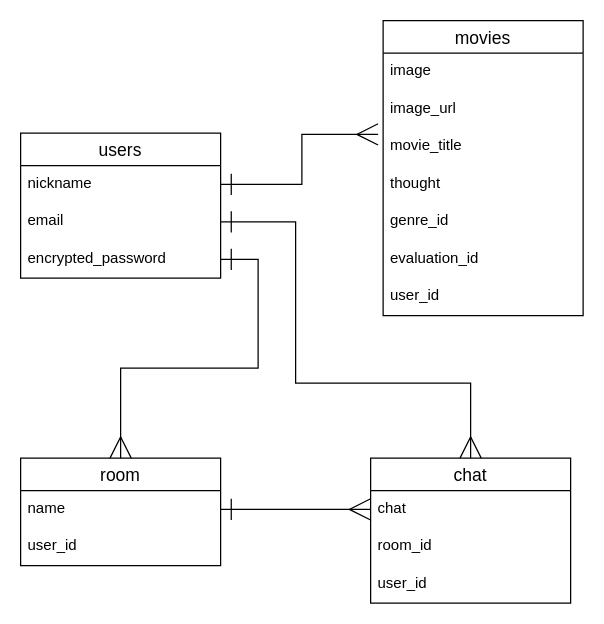
Before: er.dio in Kinocas/movie-app, a draw.io diagram. Source tidied: cells renumbered, new cells numbered last; positions are measured from the earlier drawing's top-left corner, leaving out a move shared by most shapes. Both pictures are drawn from the tidied source at 125%, with x=0, y=0 at pixel (20, 20).
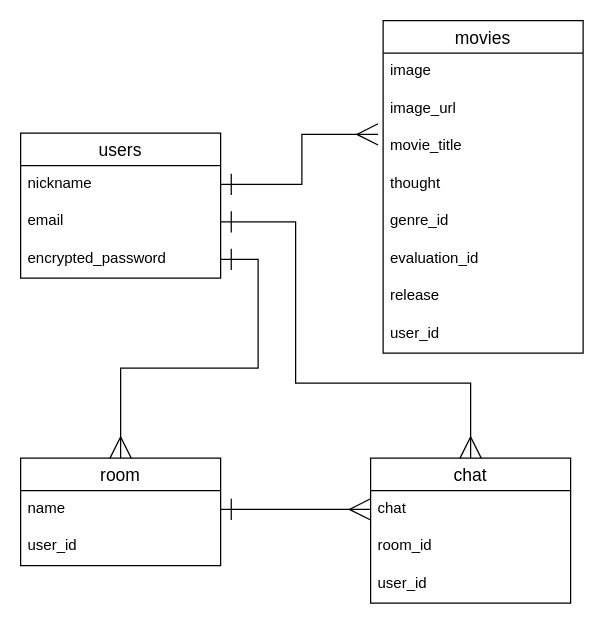
The same diagram, later.

The edit, as a diff of the source:
```diff
@@
     <mxCell id="6" value="movies" style="swimlane;fontStyle=0;horizontal=1;startSize=26;align=center;fontSize=14;" parent="1" vertex="1">
-      <mxGeometry x="290" width="160" height="236" as="geometry" />
+      <mxGeometry x="290" width="160" height="266" as="geometry" />
     </mxCell>
@@
+    <mxCell id="25" value="release" style="text;strokeColor=none;fillColor=none;spacingLeft=4;spacingRight=4;overflow=hidden;fontSize=12;" parent="6" vertex="1">
+      <mxGeometry y="206" width="160" height="30" as="geometry" />
+    </mxCell>
     <mxCell id="13" value="user_id" style="text;strokeColor=none;fillColor=none;spacingLeft=4;spacingRight=4;overflow=hidden;fontSize=12;" parent="6" vertex="1">
-      <mxGeometry y="206" width="160" height="30" as="geometry" />
+      <mxGeometry y="236" width="160" height="30" as="geometry" />
     </mxCell>
```
